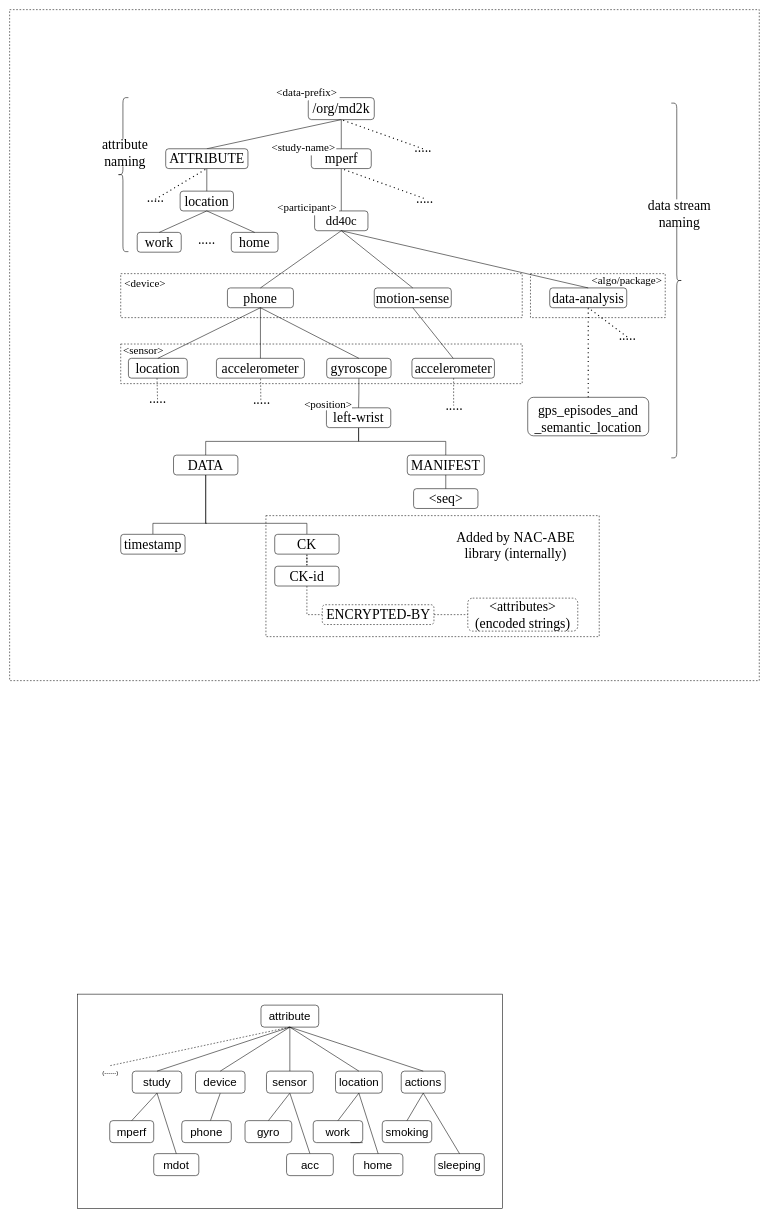
The draw.io diagram page "Namespace" (2 of 5) of docs/Copy of mGuard .drawio in dulalsaurab/new-mguard, before the edit. Source tidied: cells renumbered, new cells numbered last; positions are measured from the earlier drawing's top-left corner, leaving out a move shared by most shapes. Both pictures are drawn from the tidied source at 55%, with x=0, y=0 at pixel (9, 9).
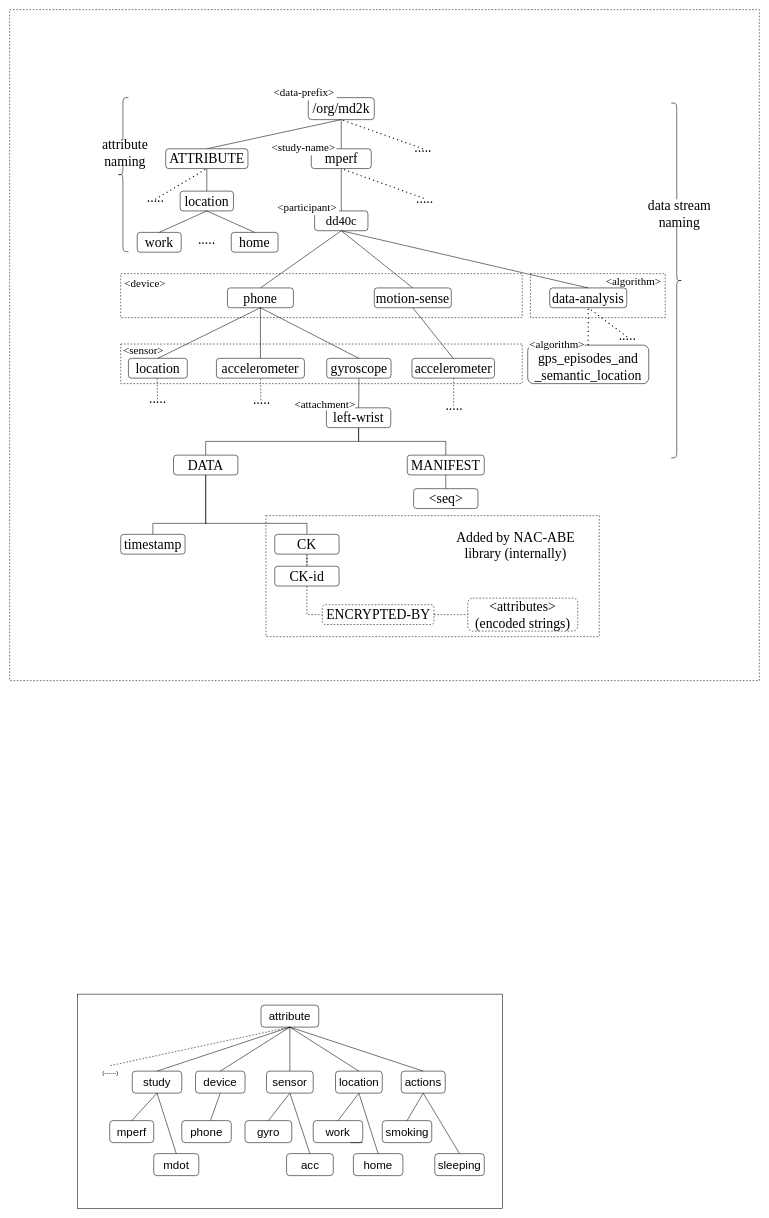
The same page after the edit.

Change to the diagram source:
```diff
@@
-    <mxCell id="32" value="&lt;font style=&quot;font-size: 20px;&quot;&gt;&lt;span style=&quot;font-size: 20px;&quot;&gt;&amp;lt;position&amp;gt;&lt;/span&gt;&lt;/font&gt;" style="text;html=1;strokeColor=none;fillColor=none;align=center;verticalAlign=middle;whiteSpace=wrap;rounded=0;dashed=1;fontStyle=0;fontFamily=Times New Roman;fontSize=20;fontColor=default;labelBackgroundColor=default;" parent="1" vertex="1">
-      <mxGeometry x="521" y="700.5" width="117" height="30" as="geometry" />
+    <mxCell id="32" value="&lt;font style=&quot;font-size: 20px;&quot;&gt;&lt;span style=&quot;font-size: 20px;&quot;&gt;&amp;lt;attachment&amp;gt;&lt;/span&gt;&lt;/font&gt;" style="text;html=1;strokeColor=none;fillColor=none;align=center;verticalAlign=middle;whiteSpace=wrap;rounded=0;dashed=1;fontStyle=0;fontFamily=Times New Roman;fontSize=20;fontColor=default;labelBackgroundColor=default;" parent="1" vertex="1">
+      <mxGeometry x="515" y="700.5" width="117" height="30" as="geometry" />
     </mxCell>
-    <mxCell id="33" value="&lt;font style=&quot;font-size: 20px;&quot;&gt;&lt;span style=&quot;font-size: 20px;&quot;&gt;&amp;lt;algo/package&amp;gt;&lt;/span&gt;&lt;/font&gt;" style="text;html=1;strokeColor=none;fillColor=none;align=center;verticalAlign=middle;whiteSpace=wrap;rounded=0;dashed=1;fontStyle=0;fontFamily=Times New Roman;fontSize=20;" parent="1" vertex="1">
-      <mxGeometry x="1053" y="477" width="139" height="27" as="geometry" />
+    <mxCell id="33" value="&lt;font style=&quot;font-size: 20px;&quot;&gt;&lt;span style=&quot;font-size: 20px;&quot;&gt;&amp;lt;algorithm&amp;gt;&lt;/span&gt;&lt;/font&gt;" style="text;html=1;strokeColor=none;fillColor=none;align=center;verticalAlign=middle;whiteSpace=wrap;rounded=0;dashed=1;fontStyle=0;fontFamily=Times New Roman;fontSize=20;" parent="1" vertex="1">
+      <mxGeometry x="1075" y="479" width="119" height="27" as="geometry" />
     </mxCell>
@@
     <mxCell id="102" style="rounded=1;whiteSpace=wrap;html=1;fontStyle=0;fontFamily=Times New Roman;fontSize=25;" parent="1" vertex="1">
-      <mxGeometry x="942" y="704.9" width="220" height="70" as="geometry" />
+      <mxGeometry x="942" y="610" width="220" height="70" as="geometry" />
     </mxCell>
     <mxCell id="103" value="&lt;span style=&quot;background-color: rgb(255 , 255 , 255) ; font-size: 25px&quot;&gt;gps_episodes_and&lt;br&gt;_semantic_location&lt;/span&gt;" style="text;html=1;strokeColor=none;fillColor=none;align=center;verticalAlign=middle;whiteSpace=wrap;rounded=0;fontFamily=Times New Roman;" parent="1" vertex="1">
-      <mxGeometry x="1022" y="729" width="60" height="30" as="geometry" />
+      <mxGeometry x="1022" y="634.1" width="60" height="30" as="geometry" />
     </mxCell>
@@
     <mxCell id="114" value="&amp;lt;data-prefix&amp;gt;" style="text;html=1;strokeColor=none;fillColor=default;align=center;verticalAlign=middle;whiteSpace=wrap;rounded=0;dashed=1;fontStyle=0;fontFamily=Times New Roman;fontSize=20;labelBackgroundColor=none;labelBorderColor=none;" parent="1" vertex="1">
-      <mxGeometry x="481" y="135" width="119" height="30" as="geometry" />
+      <mxGeometry x="476" y="135" width="119" height="30" as="geometry" />
     </mxCell>
@@
+    <mxCell id="116" value="&lt;font style=&quot;font-size: 20px;&quot;&gt;&lt;span style=&quot;font-size: 20px;&quot;&gt;&amp;lt;algorithm&amp;gt;&lt;/span&gt;&lt;/font&gt;" style="text;html=1;strokeColor=none;fillColor=none;align=center;verticalAlign=middle;whiteSpace=wrap;rounded=0;dashed=1;fontStyle=0;fontFamily=Times New Roman;fontSize=20;labelBackgroundColor=default;" parent="1" vertex="1">
+      <mxGeometry x="946" y="594.5" width="99" height="27" as="geometry" />
+    </mxCell>
```
